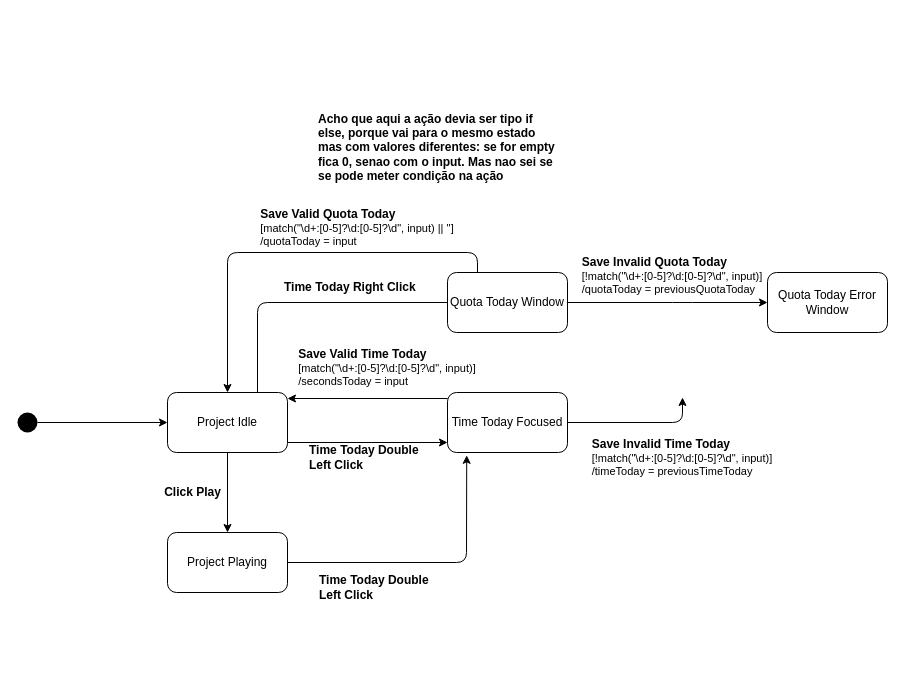
Jumaruba/jtimesched keeps this draw.io diagram as docs/04_assignment/schema/02_edit_time_today/02_state_machine.drawio. Above is the earlier version. Source tidied: cells renumbered, new cells numbered last; positions are measured from the earlier drawing's top-left corner, leaving out a move shared by most shapes. Both pictures are drawn from the tidied source at 100%, with x=0, y=0 at pixel (17, 132).
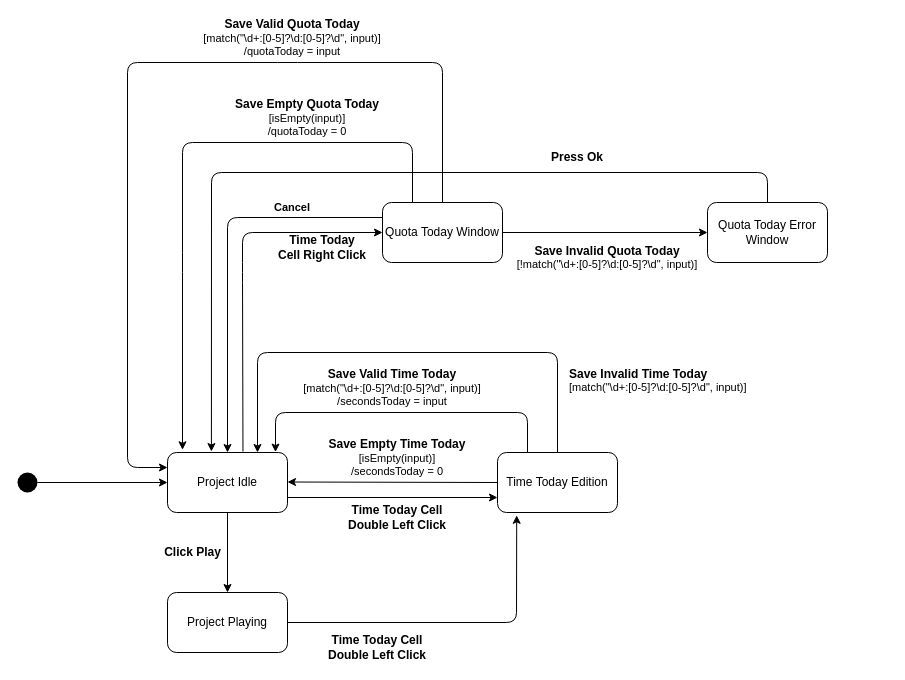
The same page after the edit.

Commit message (it also covers changes not shown here):
State machine for case 2

The edit, as a diff of the source:
```diff
@@
-    <mxCell id="2" style="edgeStyle=none;html=1;" parent="1" edge="1">
-      <mxGeometry relative="1" as="geometry">
-        <mxPoint x="270" y="310" as="sourcePoint" />
-        <mxPoint x="430" y="310" as="targetPoint" />
-      </mxGeometry>
+    <mxCell id="2" style="edgeStyle=none;html=1;entryX=0;entryY=0.75;entryDx=0;entryDy=0;exitX=1;exitY=0.75;exitDx=0;exitDy=0;" parent="1" edge="1" source="4" target="12">
+      <mxGeometry relative="1" as="geometry" />
     </mxCell>
-    <mxCell id="3" style="edgeStyle=none;html=1;exitX=0.75;exitY=0;exitDx=0;exitDy=0;" parent="1" edge="1" source="4">
-      <mxGeometry relative="1" as="geometry">
-        <mxPoint x="450" y="170" as="targetPoint" />
-        <Array as="points">
-          <mxPoint x="240" y="170" />
-        </Array>
-      </mxGeometry>
-    </mxCell>
+    <mxCell id="26" style="edgeStyle=none;html=1;exitX=0.629;exitY=-0.016;exitDx=0;exitDy=0;entryX=0;entryY=0.5;entryDx=0;entryDy=0;exitPerimeter=0;" parent="1" edge="1" source="4" target="19">
+      <mxGeometry relative="1" as="geometry">
+        <Array as="points">
+          <mxPoint x="225" y="140" />
+          <mxPoint x="225" y="100" />
+        </Array>
+      </mxGeometry>
+    </mxCell>
     <mxCell id="4" value="Project Idle" style="rounded=1;whiteSpace=wrap;html=1;" parent="1" vertex="1">
-      <mxGeometry x="150" y="260" width="120" height="60" as="geometry" />
+      <mxGeometry x="150" y="320" width="120" height="60" as="geometry" />
     </mxCell>
@@
     <mxCell id="6" style="ellipse;fillColor=#000000;strokeColor=none;" parent="1" vertex="1">
-      <mxGeometry y="280" width="20" height="20" as="geometry" />
+      <mxGeometry y="340" width="20" height="20" as="geometry" />
     </mxCell>
     <mxCell id="7" style="edgeStyle=none;html=1;fontSize=11;fontColor=#000000;entryX=0.16;entryY=1.047;entryDx=0;entryDy=0;entryPerimeter=0;" parent="1" edge="1" source="8" target="12">
       <mxGeometry relative="1" as="geometry">
         <Array as="points">
-          <mxPoint x="449" y="430" />
+          <mxPoint x="499" y="490" />
         </Array>
       </mxGeometry>
     </mxCell>
     <mxCell id="8" value="Project Playing" style="rounded=1;whiteSpace=wrap;html=1;fontSize=12;" parent="1" vertex="1">
-      <mxGeometry x="150" y="400" width="120" height="60" as="geometry" />
+      <mxGeometry x="150" y="460" width="120" height="60" as="geometry" />
     </mxCell>
@@
     <mxCell id="10" value="&lt;b&gt;Click Play&lt;/b&gt;" style="text;html=1;align=center;verticalAlign=middle;strokeColor=none;fillColor=none;" parent="1" vertex="1">
-      <mxGeometry x="140" y="350" width="70" height="20" as="geometry" />
+      <mxGeometry x="140" y="410" width="70" height="20" as="geometry" />
     </mxCell>
-    <mxCell id="11" style="edgeStyle=none;html=1;exitX=1;exitY=0.5;exitDx=0;exitDy=0;entryX=0.5;entryY=1;entryDx=0;entryDy=0;" parent="1" edge="1" source="12">
-      <mxGeometry relative="1" as="geometry">
-        <mxPoint x="665" y="265" as="targetPoint" />
-        <Array as="points">
-          <mxPoint x="665" y="290" />
-        </Array>
-      </mxGeometry>
-    </mxCell>
+    <mxCell id="27" style="edgeStyle=none;html=1;exitX=0.25;exitY=0;exitDx=0;exitDy=0;entryX=0.9;entryY=-0.007;entryDx=0;entryDy=0;entryPerimeter=0;" parent="1" edge="1" source="12" target="4">
+      <mxGeometry relative="1" as="geometry">
+        <Array as="points">
+          <mxPoint x="510" y="280" />
+          <mxPoint x="258" y="280" />
+        </Array>
+      </mxGeometry>
+    </mxCell>
+    <mxCell id="28" style="edgeStyle=none;html=1;exitX=0.5;exitY=0;exitDx=0;exitDy=0;entryX=0.75;entryY=0;entryDx=0;entryDy=0;" parent="1" edge="1" source="12" target="4">
+      <mxGeometry relative="1" as="geometry">
+        <Array as="points">
+          <mxPoint x="540" y="220" />
+          <mxPoint x="240" y="220" />
+        </Array>
+      </mxGeometry>
+    </mxCell>
-    <mxCell id="12" value="Time Today Focused" style="rounded=1;whiteSpace=wrap;html=1;" parent="1" vertex="1">
-      <mxGeometry x="430" y="260" width="120" height="60" as="geometry" />
+    <mxCell id="12" value="Time Today Edition" style="rounded=1;whiteSpace=wrap;html=1;" parent="1" vertex="1">
+      <mxGeometry x="480" y="320" width="120" height="60" as="geometry" />
     </mxCell>
-    <mxCell id="13" value="&lt;b&gt;Time Today Double Left Click&lt;/b&gt;" style="text;html=1;strokeColor=none;fillColor=none;align=left;verticalAlign=middle;whiteSpace=wrap;rounded=0;" parent="1" vertex="1">
-      <mxGeometry x="290" y="310" width="120" height="30" as="geometry" />
+    <mxCell id="13" value="&lt;b&gt;Time Today Cell Double Left Click&lt;/b&gt;" style="text;html=1;strokeColor=none;fillColor=none;align=center;verticalAlign=middle;whiteSpace=wrap;rounded=0;" parent="1" vertex="1">
+      <mxGeometry x="320" y="370" width="120" height="30" as="geometry" />
     </mxCell>
-    <mxCell id="14" style="endArrow=classic;html=1;" parent="1" edge="1">
+    <mxCell id="14" style="endArrow=classic;html=1;exitX=0;exitY=0.5;exitDx=0;exitDy=0;" parent="1" edge="1" source="12">
       <mxGeometry relative="1" as="geometry">
-        <mxPoint x="430" y="266" as="sourcePoint" />
-        <mxPoint x="270" y="266" as="targetPoint" />
+        <mxPoint x="270" y="349.5" as="targetPoint" />
       </mxGeometry>
     </mxCell>
-    <mxCell id="15" value="&lt;div style=&quot;text-align: left&quot;&gt;&lt;b&gt;&lt;font style=&quot;font-size: 12px&quot;&gt;Save Valid Time Today&lt;/font&gt;&lt;/b&gt;&lt;/div&gt;&lt;span style=&quot;font-size: 11px&quot;&gt;&lt;div style=&quot;text-align: left&quot;&gt;&lt;span&gt;[match(&quot;&lt;/span&gt;&lt;font style=&quot;font-family: &amp;#34;helvetica&amp;#34; , &amp;#34;arial&amp;#34; , &amp;#34;freesans&amp;#34; , sans-serif&quot;&gt;\d+:[0-5]?\d:[0-5]?\d&quot;, input)&lt;/font&gt;&lt;span style=&quot;font-family: &amp;#34;helvetica&amp;#34;&quot;&gt;]&lt;/span&gt;&lt;/div&gt;&lt;/span&gt;&lt;span style=&quot;font-size: 11px&quot;&gt;&lt;div style=&quot;text-align: left&quot;&gt;&lt;span&gt;/secondsToday = input&lt;/span&gt;&lt;/div&gt;&lt;/span&gt;" style="text;html=1;strokeColor=none;fillColor=none;align=center;verticalAlign=middle;whiteSpace=wrap;rounded=0;" parent="1" vertex="1">
-      <mxGeometry x="250" y="220" width="240" height="30" as="geometry" />
+    <mxCell id="15" value="&lt;div style=&quot;&quot;&gt;&lt;b&gt;&lt;font style=&quot;font-size: 12px&quot;&gt;Save Valid Time Today&lt;/font&gt;&lt;/b&gt;&lt;/div&gt;&lt;span style=&quot;font-size: 11px&quot;&gt;&lt;div style=&quot;&quot;&gt;&lt;span&gt;[match(&quot;&lt;/span&gt;&lt;font style=&quot;font-family: &amp;quot;helvetica&amp;quot; , &amp;quot;arial&amp;quot; , &amp;quot;freesans&amp;quot; , sans-serif&quot;&gt;\d+:[0-5]?\d:[0-5]?\d&quot;, input)&lt;/font&gt;&lt;span style=&quot;font-family: &amp;quot;helvetica&amp;quot;&quot;&gt;]&lt;/span&gt;&lt;/div&gt;&lt;/span&gt;&lt;span style=&quot;font-size: 11px&quot;&gt;&lt;div style=&quot;&quot;&gt;&lt;span&gt;/secondsToday = input&lt;/span&gt;&lt;/div&gt;&lt;/span&gt;" style="text;html=1;strokeColor=none;fillColor=none;align=center;verticalAlign=middle;whiteSpace=wrap;rounded=0;" parent="1" vertex="1">
+      <mxGeometry x="265" y="240" width="220" height="30" as="geometry" />
     </mxCell>
-    <mxCell id="16" value="&lt;b&gt;Time Today Double Left Click&lt;/b&gt;" style="text;html=1;strokeColor=none;fillColor=none;align=left;verticalAlign=middle;whiteSpace=wrap;rounded=0;" parent="1" vertex="1">
-      <mxGeometry x="300" y="440" width="120" height="30" as="geometry" />
+    <mxCell id="16" value="&lt;b&gt;Time Today Cell Double Left Click&lt;/b&gt;" style="text;html=1;strokeColor=none;fillColor=none;align=center;verticalAlign=middle;whiteSpace=wrap;rounded=0;" parent="1" vertex="1">
+      <mxGeometry x="300" y="500" width="120" height="30" as="geometry" />
     </mxCell>
-    <mxCell id="17" value="&lt;b&gt;Time Today Right Click&lt;/b&gt;" style="text;html=1;strokeColor=none;fillColor=none;align=left;verticalAlign=middle;whiteSpace=wrap;rounded=0;" parent="1" vertex="1">
-      <mxGeometry x="265" y="140" width="150" height="30" as="geometry" />
+    <mxCell id="17" value="&lt;b&gt;Time Today Cell Right Click&lt;/b&gt;" style="text;html=1;strokeColor=none;fillColor=none;align=center;verticalAlign=middle;whiteSpace=wrap;rounded=0;" parent="1" vertex="1">
+      <mxGeometry x="260" y="100" width="90" height="30" as="geometry" />
     </mxCell>
-    <mxCell id="18" style="edgeStyle=none;html=1;exitX=1;exitY=0.5;exitDx=0;exitDy=0;" parent="1" edge="1" source="19">
-      <mxGeometry relative="1" as="geometry">
-        <mxPoint x="750" y="170" as="targetPoint" />
-        <Array as="points">
-          <mxPoint x="665" y="170" />
-        </Array>
-      </mxGeometry>
+    <mxCell id="18" style="edgeStyle=none;html=1;exitX=1;exitY=0.5;exitDx=0;exitDy=0;entryX=0;entryY=0.5;entryDx=0;entryDy=0;" parent="1" edge="1" source="19" target="24">
+      <mxGeometry relative="1" as="geometry" />
     </mxCell>
+    <mxCell id="29" style="edgeStyle=none;html=1;exitX=0.25;exitY=0;exitDx=0;exitDy=0;entryX=0.125;entryY=-0.045;entryDx=0;entryDy=0;entryPerimeter=0;" parent="1" edge="1" source="19" target="4">
+      <mxGeometry relative="1" as="geometry">
+        <Array as="points">
+          <mxPoint x="395" y="10" />
+          <mxPoint x="165" y="10" />
+          <mxPoint x="165" y="130" />
+        </Array>
+      </mxGeometry>
+    </mxCell>
+    <mxCell id="30" style="edgeStyle=none;html=1;exitX=0.5;exitY=0;exitDx=0;exitDy=0;entryX=0;entryY=0.25;entryDx=0;entryDy=0;" parent="1" edge="1" source="19" target="4">
+      <mxGeometry relative="1" as="geometry">
+        <Array as="points">
+          <mxPoint x="425" y="-70" />
+          <mxPoint x="270" y="-70" />
+          <mxPoint x="110" y="-70" />
+          <mxPoint x="110" y="335" />
+        </Array>
+      </mxGeometry>
+    </mxCell>
     <mxCell id="19" value="Quota Today Window" style="rounded=1;whiteSpace=wrap;html=1;" parent="1" vertex="1">
-      <mxGeometry x="430" y="140" width="120" height="60" as="geometry" />
+      <mxGeometry x="365" y="70" width="120" height="60" as="geometry" />
     </mxCell>
-    <mxCell id="20" style="endArrow=classic;html=1;entryX=0.5;entryY=0;entryDx=0;entryDy=0;" parent="1" edge="1" target="4">
-      <mxGeometry relative="1" as="geometry">
-        <mxPoint x="460" y="140" as="sourcePoint" />
-        <Array as="points">
-          <mxPoint x="460" y="120" />
-          <mxPoint x="210" y="120" />
-        </Array>
-      </mxGeometry>
-    </mxCell>
-    <mxCell id="21" value="&lt;div style=&quot;text-align: left&quot;&gt;&lt;b&gt;&lt;font style=&quot;font-size: 12px&quot;&gt;Save Valid Quota Today&lt;/font&gt;&lt;/b&gt;&lt;/div&gt;&lt;span style=&quot;font-size: 11px&quot;&gt;&lt;div style=&quot;text-align: left&quot;&gt;&lt;span&gt;[match(&quot;&lt;/span&gt;&lt;font style=&quot;font-family: &amp;#34;helvetica&amp;#34; , &amp;#34;arial&amp;#34; , &amp;#34;freesans&amp;#34; , sans-serif&quot;&gt;\d+:[0-5]?\d:[0-5]?\d&quot;, input) || ''&lt;/font&gt;&lt;span style=&quot;font-family: &amp;#34;helvetica&amp;#34;&quot;&gt;]&lt;/span&gt;&lt;/div&gt;&lt;/span&gt;&lt;span style=&quot;font-size: 11px&quot;&gt;&lt;div style=&quot;text-align: left&quot;&gt;&lt;span&gt;/quotaToday = input&lt;/span&gt;&lt;/div&gt;&lt;/span&gt;" style="text;html=1;strokeColor=none;fillColor=none;align=center;verticalAlign=middle;whiteSpace=wrap;rounded=0;" parent="1" vertex="1">
-      <mxGeometry x="220" y="80" width="240" height="30" as="geometry" />
-    </mxCell>
-    <mxCell id="22" value="&lt;div style=&quot;text-align: left&quot;&gt;&lt;b&gt;&lt;font style=&quot;font-size: 12px&quot;&gt;Save Invalid Quota Today&lt;/font&gt;&lt;/b&gt;&lt;/div&gt;&lt;span style=&quot;font-size: 11px&quot;&gt;&lt;div style=&quot;text-align: left&quot;&gt;&lt;span&gt;[!match(&quot;&lt;/span&gt;&lt;font style=&quot;font-family: &amp;#34;helvetica&amp;#34; , &amp;#34;arial&amp;#34; , &amp;#34;freesans&amp;#34; , sans-serif&quot;&gt;\d+:[0-5]?\d:[0-5]?\d&quot;, input)&lt;/font&gt;&lt;span style=&quot;font-family: &amp;#34;helvetica&amp;#34;&quot;&gt;]&lt;/span&gt;&lt;/div&gt;&lt;/span&gt;&lt;span style=&quot;font-size: 11px&quot;&gt;&lt;div style=&quot;text-align: left&quot;&gt;&lt;span&gt;/quotaToday = previousQuotaToday&lt;/span&gt;&lt;/div&gt;&lt;/span&gt;" style="text;html=1;strokeColor=none;fillColor=none;align=center;verticalAlign=middle;whiteSpace=wrap;rounded=0;" parent="1" vertex="1">
-      <mxGeometry x="535" y="128" width="240" height="30" as="geometry" />
-    </mxCell>
-    <mxCell id="23" value="&lt;div style=&quot;text-align: left&quot;&gt;&lt;b&gt;&lt;font style=&quot;font-size: 12px&quot;&gt;Save Invalid Time Today&lt;/font&gt;&lt;/b&gt;&lt;/div&gt;&lt;span style=&quot;font-size: 11px&quot;&gt;&lt;div style=&quot;text-align: left&quot;&gt;&lt;span&gt;[!match(&quot;&lt;/span&gt;&lt;font style=&quot;font-family: &amp;#34;helvetica&amp;#34; , &amp;#34;arial&amp;#34; , &amp;#34;freesans&amp;#34; , sans-serif&quot;&gt;\d+:[0-5]?\d:[0-5]?\d&quot;, input)&lt;/font&gt;&lt;span style=&quot;font-family: &amp;#34;helvetica&amp;#34;&quot;&gt;]&lt;/span&gt;&lt;/div&gt;&lt;/span&gt;&lt;span style=&quot;font-size: 11px&quot;&gt;&lt;div style=&quot;text-align: left&quot;&gt;&lt;span&gt;/timeToday = previousTimeToday&lt;/span&gt;&lt;/div&gt;&lt;/span&gt;" style="text;html=1;strokeColor=none;fillColor=none;align=center;verticalAlign=middle;whiteSpace=wrap;rounded=0;" parent="1" vertex="1">
-      <mxGeometry x="545" y="310" width="240" height="30" as="geometry" />
+    <mxCell id="23" value="&lt;div&gt;&lt;b&gt;&lt;font style=&quot;font-size: 12px&quot;&gt;Save Invalid Quota Today&lt;/font&gt;&lt;/b&gt;&lt;/div&gt;&lt;span style=&quot;font-size: 11px&quot;&gt;&lt;div&gt;&lt;span&gt;[!match(&quot;&lt;/span&gt;&lt;font style=&quot;font-family: &amp;#34;helvetica&amp;#34; , &amp;#34;arial&amp;#34; , &amp;#34;freesans&amp;#34; , sans-serif&quot;&gt;\d+:[0-5]?\d:[0-5]?\d&quot;, input)&lt;/font&gt;&lt;span style=&quot;font-family: &amp;#34;helvetica&amp;#34;&quot;&gt;]&lt;/span&gt;&lt;/div&gt;&lt;/span&gt;" style="text;html=1;strokeColor=none;fillColor=none;align=center;verticalAlign=middle;whiteSpace=wrap;rounded=0;" parent="1" vertex="1">
+      <mxGeometry x="470" y="110" width="240" height="30" as="geometry" />
     </mxCell>
+    <mxCell id="31" style="edgeStyle=none;html=1;exitX=0.5;exitY=0;exitDx=0;exitDy=0;entryX=0.366;entryY=-0.016;entryDx=0;entryDy=0;entryPerimeter=0;" parent="1" edge="1" source="24" target="4">
+      <mxGeometry relative="1" as="geometry">
+        <Array as="points">
+          <mxPoint x="750" y="40" />
+          <mxPoint x="194" y="40" />
+        </Array>
+      </mxGeometry>
+    </mxCell>
     <mxCell id="24" value="Quota Today Error Window" style="rounded=1;whiteSpace=wrap;html=1;" parent="1" vertex="1">
-      <mxGeometry x="750" y="140" width="120" height="60" as="geometry" />
+      <mxGeometry x="690" y="70" width="120" height="60" as="geometry" />
     </mxCell>
-    <mxCell id="25" value="&lt;div style=&quot;text-align: left&quot;&gt;&lt;b&gt;Acho que aqui a ação devia ser tipo if else, porque vai para o mesmo estado mas com valores diferentes: se for empty fica 0, senao com o input. Mas nao sei se se pode meter condição na ação&lt;/b&gt;&lt;/div&gt;" style="text;html=1;strokeColor=none;fillColor=none;align=center;verticalAlign=middle;whiteSpace=wrap;rounded=0;" parent="1" vertex="1">
-      <mxGeometry x="300" width="240" height="30" as="geometry" />
-    </mxCell>
+    <mxCell id="32" value="&lt;div style=&quot;&quot;&gt;&lt;b&gt;&lt;font style=&quot;font-size: 12px&quot;&gt;Save Empty Time Today&lt;/font&gt;&lt;/b&gt;&lt;/div&gt;&lt;span style=&quot;font-size: 11px&quot;&gt;&lt;div style=&quot;&quot;&gt;&lt;span&gt;[isEmpty(&lt;/span&gt;&lt;font style=&quot;font-family: &amp;quot;helvetica&amp;quot; , &amp;quot;arial&amp;quot; , &amp;quot;freesans&amp;quot; , sans-serif&quot;&gt;input)&lt;/font&gt;&lt;span style=&quot;font-family: &amp;quot;helvetica&amp;quot;&quot;&gt;]&lt;/span&gt;&lt;/div&gt;&lt;/span&gt;&lt;span style=&quot;font-size: 11px&quot;&gt;&lt;div style=&quot;&quot;&gt;&lt;span&gt;/secondsToday = 0&lt;/span&gt;&lt;/div&gt;&lt;/span&gt;" style="text;html=1;strokeColor=none;fillColor=none;align=center;verticalAlign=middle;whiteSpace=wrap;rounded=0;" parent="1" vertex="1">
+      <mxGeometry x="270" y="310" width="220" height="30" as="geometry" />
+    </mxCell>
+    <mxCell id="33" value="&lt;b&gt;Press Ok&lt;/b&gt;" style="text;html=1;strokeColor=none;fillColor=none;align=center;verticalAlign=middle;whiteSpace=wrap;rounded=0;" parent="1" vertex="1">
+      <mxGeometry x="440" y="10" width="240" height="30" as="geometry" />
+    </mxCell>
+    <mxCell id="34" style="edgeStyle=none;html=1;exitX=0;exitY=0.25;exitDx=0;exitDy=0;entryX=0.5;entryY=0;entryDx=0;entryDy=0;" parent="1" edge="1" source="19" target="4">
+      <mxGeometry relative="1" as="geometry">
+        <Array as="points">
+          <mxPoint x="210" y="85" />
+        </Array>
+      </mxGeometry>
+    </mxCell>
+    <mxCell id="35" value="&lt;div&gt;&lt;font face=&quot;helvetica&quot;&gt;&lt;span style=&quot;font-size: 11px&quot;&gt;&lt;span&gt;Cancel&lt;/span&gt;&lt;/span&gt;&lt;/font&gt;&lt;/div&gt;" style="text;html=1;strokeColor=none;fillColor=none;align=center;verticalAlign=middle;whiteSpace=wrap;rounded=0;fontStyle=1;" parent="1" vertex="1">
+      <mxGeometry x="245" y="65" width="60" height="20" as="geometry" />
+    </mxCell>
+    <mxCell id="36" value="&lt;div&gt;&lt;b&gt;&lt;font style=&quot;font-size: 12px&quot;&gt;Save Valid Quota Today&lt;/font&gt;&lt;/b&gt;&lt;/div&gt;&lt;span style=&quot;font-size: 11px&quot;&gt;&lt;div&gt;&lt;span&gt;[match(&quot;&lt;/span&gt;&lt;font style=&quot;font-family: &amp;#34;helvetica&amp;#34; , &amp;#34;arial&amp;#34; , &amp;#34;freesans&amp;#34; , sans-serif&quot;&gt;\d+:[0-5]?\d:[0-5]?\d&quot;, input)&lt;/font&gt;&lt;span style=&quot;font-family: &amp;#34;helvetica&amp;#34;&quot;&gt;]&lt;/span&gt;&lt;/div&gt;&lt;/span&gt;&lt;span style=&quot;font-size: 11px&quot;&gt;&lt;div&gt;&lt;span&gt;/quotaToday = input&lt;/span&gt;&lt;/div&gt;&lt;/span&gt;" style="text;html=1;strokeColor=none;fillColor=none;align=center;verticalAlign=middle;whiteSpace=wrap;rounded=0;" parent="1" vertex="1">
+      <mxGeometry x="165" y="-110" width="220" height="30" as="geometry" />
+    </mxCell>
+    <mxCell id="37" value="&lt;div&gt;&lt;b&gt;&lt;font style=&quot;font-size: 12px&quot;&gt;Save Empty Quota Today&lt;/font&gt;&lt;/b&gt;&lt;/div&gt;&lt;span style=&quot;font-size: 11px&quot;&gt;&lt;div&gt;&lt;span&gt;[isEmpty(&lt;/span&gt;&lt;font style=&quot;font-family: &amp;#34;helvetica&amp;#34; , &amp;#34;arial&amp;#34; , &amp;#34;freesans&amp;#34; , sans-serif&quot;&gt;input)&lt;/font&gt;&lt;span style=&quot;font-family: &amp;#34;helvetica&amp;#34;&quot;&gt;]&lt;/span&gt;&lt;/div&gt;&lt;/span&gt;&lt;span style=&quot;font-size: 11px&quot;&gt;&lt;div&gt;&lt;span&gt;/quotaToday = 0&lt;/span&gt;&lt;/div&gt;&lt;/span&gt;" style="text;html=1;strokeColor=none;fillColor=none;align=center;verticalAlign=middle;whiteSpace=wrap;rounded=0;" parent="1" vertex="1">
+      <mxGeometry x="180" y="-30" width="220" height="30" as="geometry" />
+    </mxCell>
+    <mxCell id="38" value="&lt;div&gt;&lt;b&gt;&lt;font style=&quot;font-size: 12px&quot;&gt;Save Invalid Time Today&lt;/font&gt;&lt;/b&gt;&lt;/div&gt;&lt;span style=&quot;font-size: 11px&quot;&gt;&lt;div&gt;&lt;span&gt;[match(&quot;&lt;/span&gt;&lt;font style=&quot;font-family: &amp;#34;helvetica&amp;#34; , &amp;#34;arial&amp;#34; , &amp;#34;freesans&amp;#34; , sans-serif&quot;&gt;\d+:[0-5]?\d:[0-5]?\d&quot;, input)&lt;/font&gt;&lt;span style=&quot;font-family: &amp;#34;helvetica&amp;#34;&quot;&gt;]&lt;/span&gt;&lt;/div&gt;&lt;/span&gt;&lt;span style=&quot;font-size: 11px&quot;&gt;&lt;br&gt;&lt;/span&gt;" style="text;html=1;strokeColor=none;fillColor=none;align=left;verticalAlign=middle;whiteSpace=wrap;rounded=0;" parent="1" vertex="1">
+      <mxGeometry x="550" y="240" width="180" height="30" as="geometry" />
+    </mxCell>
```
